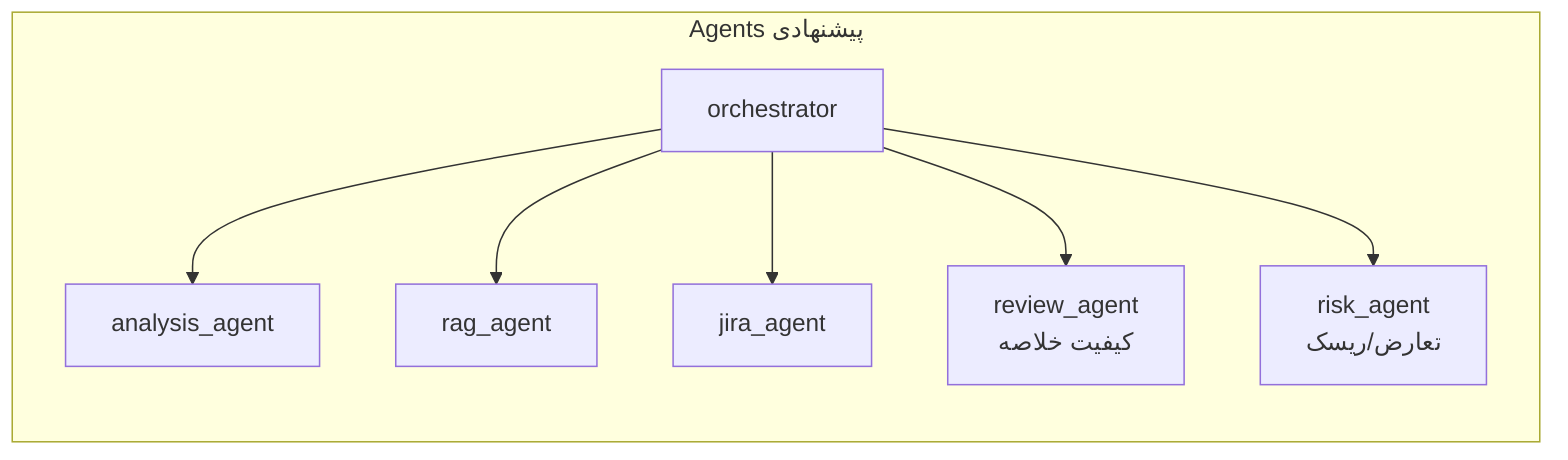
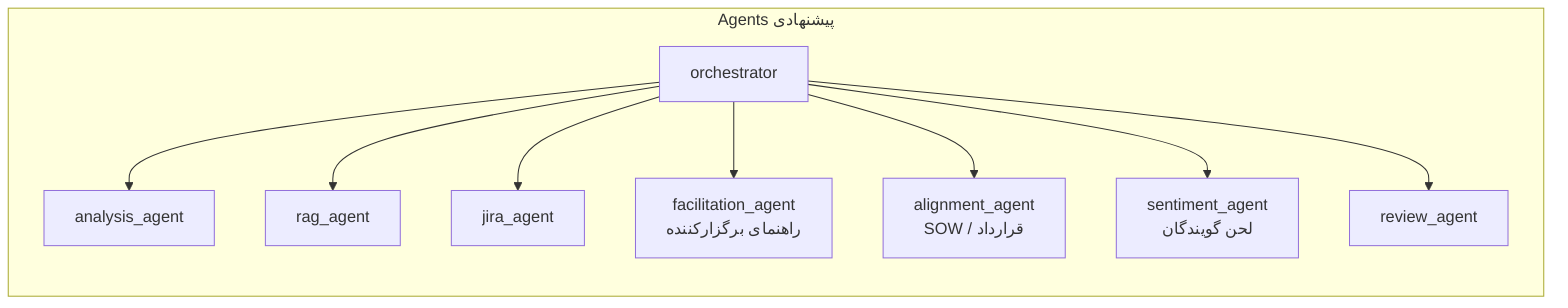
flowchart LR
    subgraph agents ["Agents پیشنهادی"]
        A1["analysis_agent"]
        A2["rag_agent"]
        A3["jira_agent"]
-         A4["review_agent<br/>کیفیت خلاصه"]
-         A5["risk_agent<br/>تعارض/ریسک"]
+         A4["facilitation_agent<br/>راهنمای برگزارکننده"]
+         A5["alignment_agent<br/>SOW / قرارداد"]
+         A6["sentiment_agent<br/>لحن گویندگان"]
+         A7["review_agent"]
        O["orchestrator"]
    end
-     O --> A1 & A2 & A3 & A4 & A5+     O --> A1 & A2 & A3 & A4 & A5 & A6 & A7